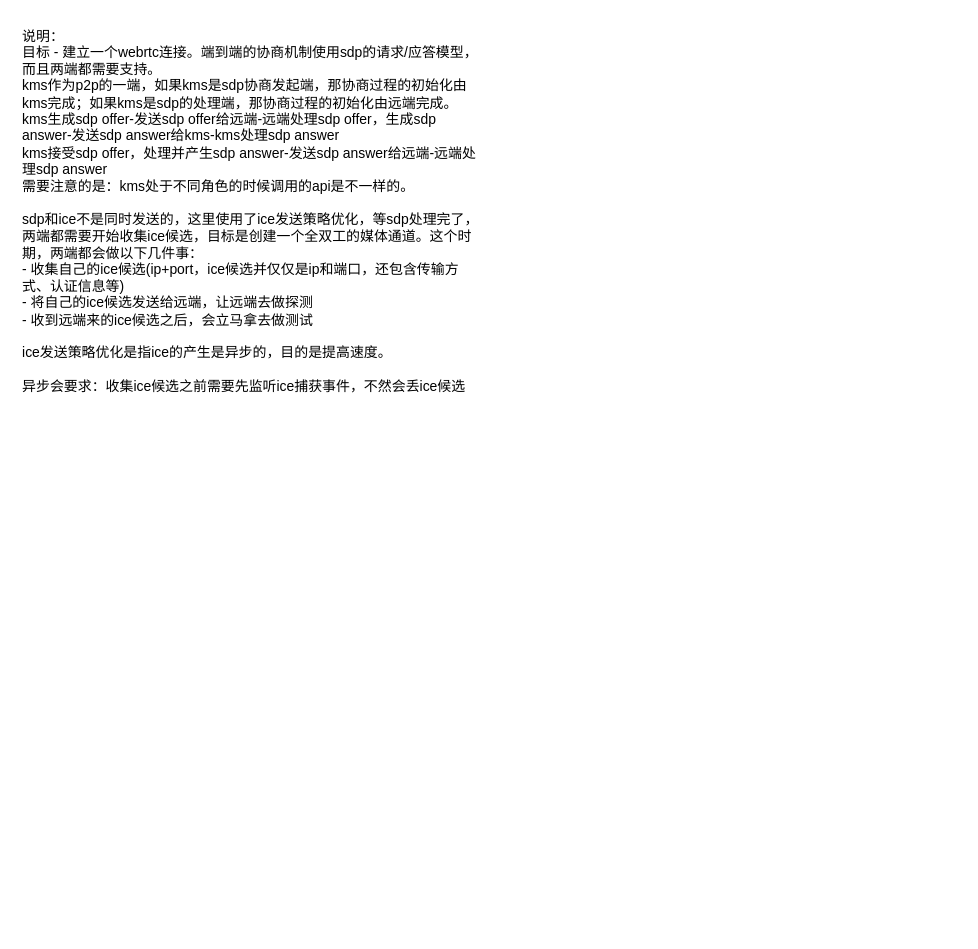
Before: page "WebRtcEndpoint" (2 of 2) of kms源码分析/kms分析文字版本.drawio in 63isOK/conference_graph, a draw.io diagram. Source tidied: cells renumbered, new cells numbered last; positions are measured from the earlier drawing's top-left corner, leaving out a move shared by most shapes. Both pictures are drawn from the tidied source at 116%, with x=0, y=0 at pixel (20, 20).
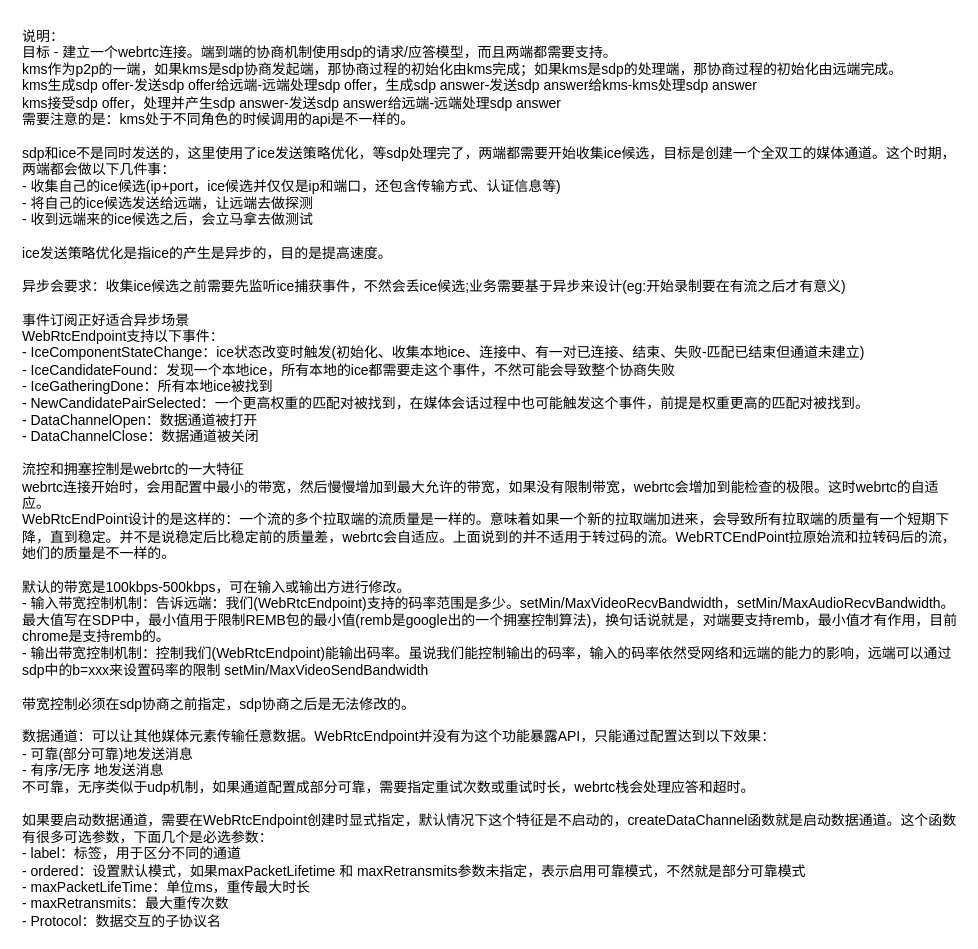
The same diagram, later.

Commit message:
更新kms分析文字版本.drawio

Diff of the diagram source:
```diff
@@
 <mxGraphModel>
   <root>
     <mxCell id="0" />
     <mxCell id="1" parent="0" />
-    <mxCell id="2" value="说明：&lt;br&gt;目标 - 建立一个webrtc连接。端到端的协商机制使用sdp的请求/应答模型，而且两端都需要支持。&lt;br&gt;kms作为p2p的一端，如果kms是sdp协商发起端，那协商过程的初始化由kms完成；如果kms是sdp的处理端，那协商过程的初始化由远端完成。&lt;br&gt;kms生成sdp offer-发送sdp offer给远端-远端处理sdp offer，生成sdp answer-发送sdp answer给kms-kms处理sdp answer&lt;br&gt;kms接受sdp offer，处理并产生sdp answer-发送sdp answer给远端-远端处理sdp answer&lt;br&gt;需要注意的是：kms处于不同角色的时候调用的api是不一样的。&lt;br&gt;&lt;br&gt;sdp和ice不是同时发送的，这里使用了ice发送策略优化，等sdp处理完了，两端都需要开始收集ice候选，目标是创建一个全双工的媒体通道。这个时期，两端都会做以下几件事：&lt;br&gt;- 收集自己的ice候选(ip+port，ice候选并仅仅是ip和端口，还包含传输方式、认证信息等)&lt;br&gt;- 将自己的ice候选发送给远端，让远端去做探测&lt;br&gt;- 收到远端来的ice候选之后，会立马拿去做测试&lt;br&gt;&lt;br&gt;ice发送策略优化是指ice的产生是异步的，目的是提高速度。&lt;br&gt;&lt;br&gt;异步会要求：收集ice候选之前需要先监听ice捕获事件，不然会丢ice候选&lt;br&gt;&lt;br&gt;" style="text;html=1;strokeColor=none;fillColor=none;align=left;verticalAlign=top;whiteSpace=wrap;rounded=0;" parent="1" vertex="1">
-      <mxGeometry width="400" height="510" as="geometry" />
+    <mxCell id="2" value="说明：&lt;br&gt;目标 - 建立一个webrtc连接。端到端的协商机制使用sdp的请求/应答模型，而且两端都需要支持。&lt;br&gt;kms作为p2p的一端，如果kms是sdp协商发起端，那协商过程的初始化由kms完成；如果kms是sdp的处理端，那协商过程的初始化由远端完成。&lt;br&gt;kms生成sdp offer-发送sdp offer给远端-远端处理sdp offer，生成sdp answer-发送sdp answer给kms-kms处理sdp answer&lt;br&gt;kms接受sdp offer，处理并产生sdp answer-发送sdp answer给远端-远端处理sdp answer&lt;br&gt;需要注意的是：kms处于不同角色的时候调用的api是不一样的。&lt;br&gt;&lt;br&gt;sdp和ice不是同时发送的，这里使用了ice发送策略优化，等sdp处理完了，两端都需要开始收集ice候选，目标是创建一个全双工的媒体通道。这个时期，两端都会做以下几件事：&lt;br&gt;- 收集自己的ice候选(ip+port，ice候选并仅仅是ip和端口，还包含传输方式、认证信息等)&lt;br&gt;- 将自己的ice候选发送给远端，让远端去做探测&lt;br&gt;- 收到远端来的ice候选之后，会立马拿去做测试&lt;br&gt;&lt;br&gt;ice发送策略优化是指ice的产生是异步的，目的是提高速度。&lt;br&gt;&lt;br&gt;异步会要求：收集ice候选之前需要先监听ice捕获事件，不然会丢ice候选;业务需要基于异步来设计(eg:开始录制要在有流之后才有意义)&lt;br&gt;&lt;br&gt;事件订阅正好适合异步场景&lt;br&gt;WebRtcEndpoint支持以下事件：&lt;br&gt;-&amp;nbsp;&lt;span&gt;IceComponentStateChange：ice状态改变时触发(初始化、收集本地ice、连接中、有一对已连接、结束、失败-匹配已结束但通道未建立)&lt;br&gt;&lt;/span&gt;-&amp;nbsp;&lt;span&gt;IceCandidateFound：发现一个本地ice，所有本地的ice都需要走这个事件，不然可能会导致整个协商失败&lt;br&gt;&lt;/span&gt;-&amp;nbsp;&lt;span&gt;IceGatheringDone：所有本地ice被找到&lt;br&gt;&lt;/span&gt;-&amp;nbsp;&lt;span&gt;NewCandidatePairSelected：一个更高权重的匹配对被找到，在媒体会话过程中也可能触发这个事件，前提是权重更高的匹配对被找到。&lt;br&gt;&lt;/span&gt;- D&lt;span&gt;ataChannelOpen：数据通道被打开&lt;br&gt;&lt;/span&gt;- D&lt;span&gt;ataChannelClose：数据通道被关闭&lt;br&gt;&lt;/span&gt;&lt;br&gt;流控和拥塞控制是webrtc的一大特征&lt;br&gt;webrtc连接开始时，会用配置中最小的带宽，然后慢慢增加到最大允许的带宽，如果没有限制带宽，webrtc会增加到能检查的极限。这时webrtc的自适应。&lt;br&gt;WebRtcEndPoint设计的是这样的：一个流的多个拉取端的流质量是一样的。意味着如果一个新的拉取端加进来，会导致所有拉取端的质量有一个短期下降，直到稳定。并不是说稳定后比稳定前的质量差，webrtc会自适应。上面说到的并不适用于转过码的流。WebRTCEndPoint拉原始流和拉转码后的流，她们的质量是不一样的。&lt;br&gt;&lt;br&gt;默认的带宽是100kbps-500kbps，可在输入或输出方进行修改。&lt;br&gt;- 输入带宽控制机制：告诉远端：我们(WebRtcEndpoint)支持的码率范围是多少。&lt;span&gt;setMin/MaxVideoRecvBandwidth，&lt;/span&gt;&lt;span&gt;setMin/MaxAudioRecvBandwidth&lt;/span&gt;。最大值写在SDP中，最小值用于限制REMB包的最小值(remb是google出的一个拥塞控制算法)，换句话说就是，对端要支持remb，最小值才有作用，目前chrome是支持remb的。&lt;br&gt;- 输出带宽控制机制：控制我们(WebRtcEndpoint)能输出码率。虽说我们能控制输出的码率，输入的码率依然受网络和远端的能力的影响，远端可以通过sdp中的b=xxx来设置码率的限制&amp;nbsp;&lt;span&gt;setMin/MaxVideoSendBandwidth&lt;br&gt;&lt;/span&gt;&lt;br&gt;带宽控制必须在sdp协商之前指定，sdp协商之后是无法修改的。&lt;br&gt;&lt;br&gt;数据通道：可以让其他媒体元素传输任意数据。WebRtcEndpoint并没有为这个功能暴露API，只能通过配置达到以下效果：&lt;br&gt;- 可靠(部分可靠)地发送消息&lt;br&gt;- 有序/无序 地发送消息&lt;br&gt;不可靠，无序类似于udp机制，如果通道配置成部分可靠，需要指定重试次数或重试时长，webrtc栈会处理应答和超时。&lt;br&gt;&lt;br&gt;如果要启动数据通道，需要在WebRtcEndpoint创建时显式指定，默认情况下这个特征是不启动的，&lt;span&gt;createDataChannel函数就是启动数据通道。这个函数有很多可选参数，下面几个是必选参数：&lt;br&gt;&lt;/span&gt;- label：标签，用于区分不同的通道&lt;br&gt;- ordered：设置默认模式，如果&lt;span&gt;maxPacketLifetime 和 maxRetransmits参数未指定，表示启用可靠模式，不然就是部分可靠模式&lt;br&gt;&lt;/span&gt;-&amp;nbsp;&lt;span&gt;maxPacketLifeTime：单位ms，重传最大时长&lt;br&gt;&lt;/span&gt;-&amp;nbsp;&lt;span&gt;maxRetransmits：最大重传次数&lt;br&gt;&lt;/span&gt;-&amp;nbsp;&lt;span&gt;Protocol：数据交互的子协议名&lt;/span&gt;&lt;br&gt;" style="text;html=1;strokeColor=none;fillColor=none;align=left;verticalAlign=top;whiteSpace=wrap;rounded=0;" parent="1" vertex="1">
+      <mxGeometry width="809" height="750" as="geometry" />
     </mxCell>
   </root>
 </mxGraphModel>
```
